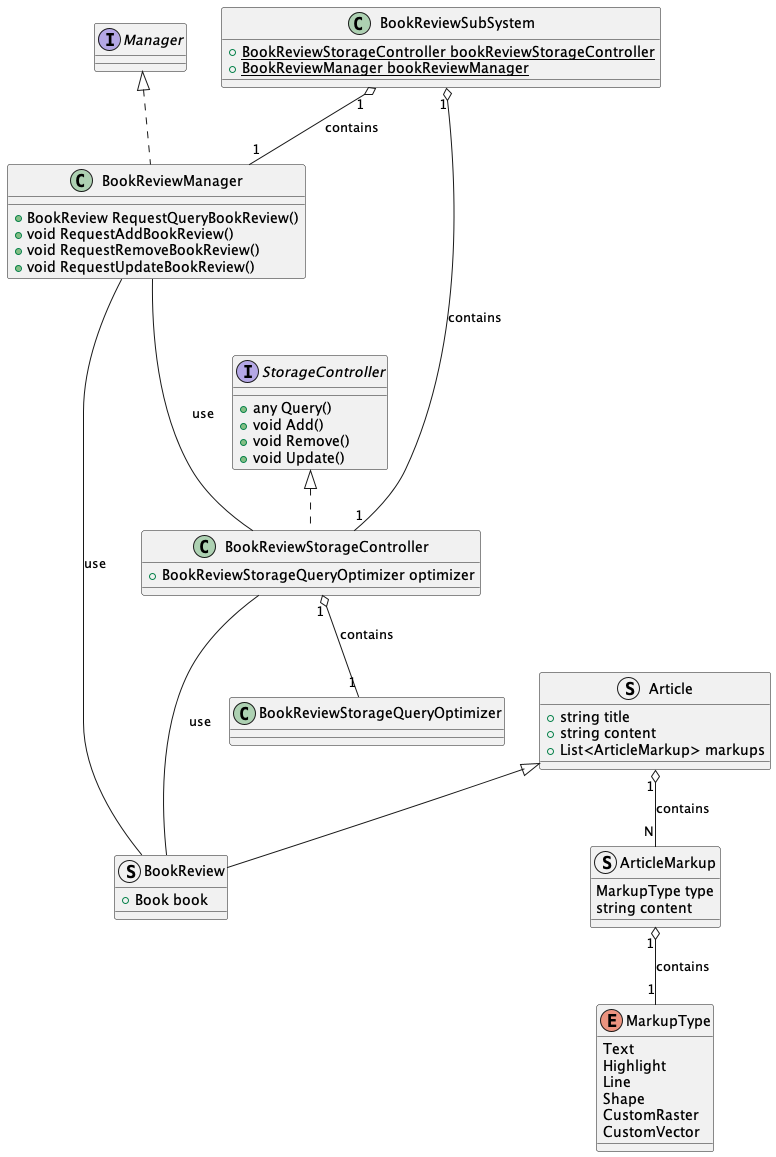
Above: rendered/BookReview.png in ShapeLayer/se-lecture-task__project-structure-definitions (PlantUML), before the change.
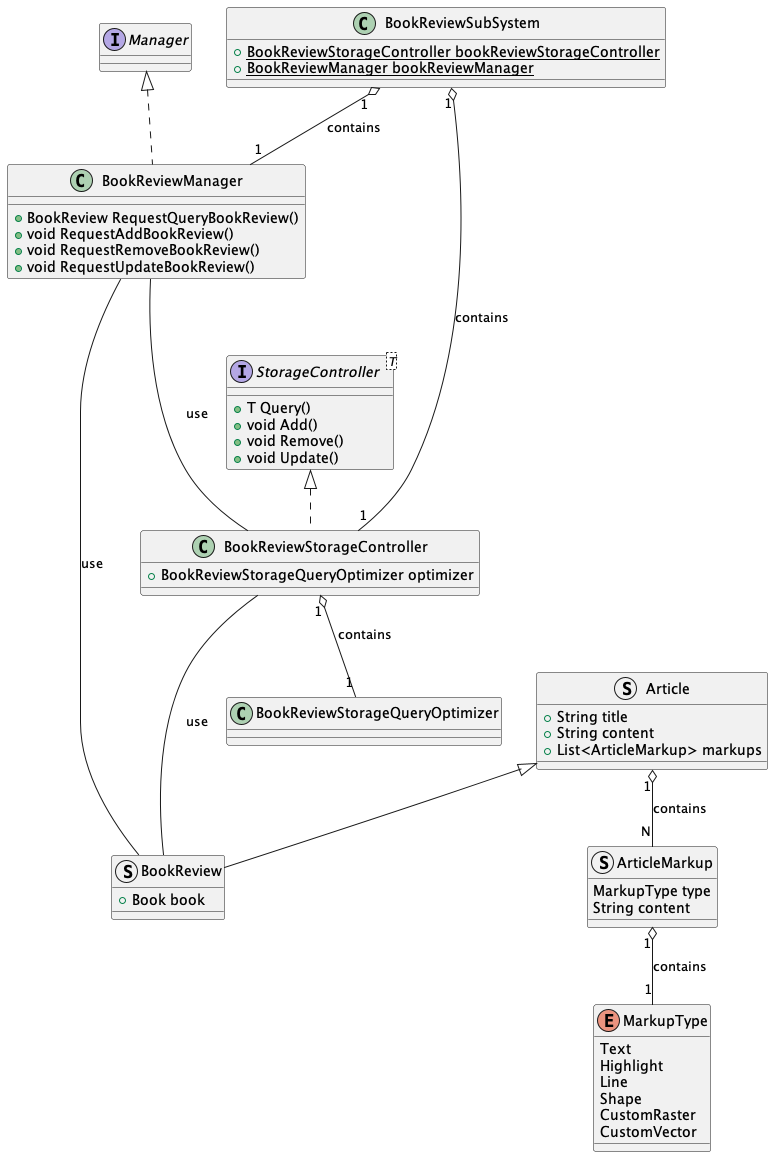
The same diagram one commit later.

What changed in the source:
```diff
@@ -1,7 +1,7 @@
 @startuml
 Interface Manager
-Interface StorageController {
-    + any Query()
+Interface StorageController<T> {
+    + T Query()
     + void Add()
     + void Remove()
     + void Update()
@@ -18,14 +18,14 @@
 
 struct ArticleMarkup {
     MarkupType type
-    string content
+    String content
 }
 
 ArticleMarkup "1" o-- "1" MarkupType : contains
 
 struct Article {
-    + string title
-    + string content
+    + String title
+    + String content
     + List<ArticleMarkup> markups
 }
 
```
